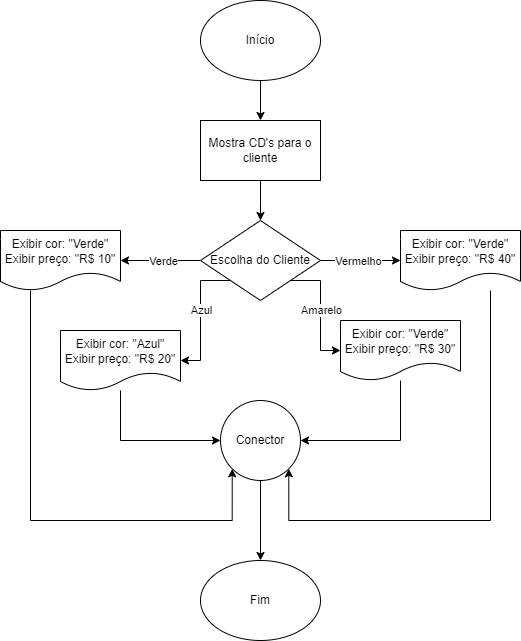
EduardoMatos08/L-gica---Senai---Aula-1 keeps this draw.io diagram as Exercícios de Lógica - 07-02-2024/Fluxograma - Loja de CD.png. Above is the earlier version. Source tidied: cells renumbered, new cells last; positions are measured from the earlier drawing's top-left corner, leaving out a move shared by most shapes. Its diagram source:
```xml
<mxGraphModel>
  <root>
    <mxCell id="0" />
    <mxCell id="1" parent="0" />
    <mxCell id="2" style="edgeStyle=orthogonalEdgeStyle;rounded=0;jettySize=auto;html=1;exitX=0.5;exitY=1;exitDx=0;exitDy=0;entryX=0.5;entryY=0;entryDx=0;entryDy=0;" parent="1" edge="1" source="3" target="5">
      <mxGeometry relative="1" as="geometry" />
    </mxCell>
    <mxCell id="3" value="Início" style="ellipse;whiteSpace=wrap;html=1;" parent="1" vertex="1">
      <mxGeometry x="200" width="120" height="80" as="geometry" />
    </mxCell>
    <mxCell id="4" style="edgeStyle=orthogonalEdgeStyle;rounded=0;jettySize=auto;html=1;exitX=0.5;exitY=1;exitDx=0;exitDy=0;entryX=0.5;entryY=0;entryDx=0;entryDy=0;" parent="1" edge="1" source="5">
      <mxGeometry relative="1" as="geometry">
        <mxPoint x="260" y="220" as="targetPoint" />
      </mxGeometry>
    </mxCell>
    <mxCell id="5" value="Mostra CD's para o cliente" style="rounded=0;whiteSpace=wrap;html=1;" parent="1" vertex="1">
      <mxGeometry x="200" y="120" width="120" height="60" as="geometry" />
    </mxCell>
    <mxCell id="6" style="edgeStyle=orthogonalEdgeStyle;rounded=0;jettySize=auto;html=1;exitX=0;exitY=0.5;exitDx=0;exitDy=0;entryX=1;entryY=0.5;entryDx=0;entryDy=0;" parent="1" edge="1" source="14" target="16">
      <mxGeometry relative="1" as="geometry" />
    </mxCell>
    <mxCell id="7" value="Verde" style="edgeLabel;html=1;align=center;verticalAlign=middle;" parent="6" vertex="1">
      <mxGeometry x="-0.06" relative="1" as="geometry" />
    </mxCell>
    <mxCell id="8" style="edgeStyle=orthogonalEdgeStyle;rounded=0;jettySize=auto;html=1;exitX=0;exitY=1;exitDx=0;exitDy=0;entryX=1;entryY=0.5;entryDx=0;entryDy=0;" parent="1" edge="1" source="14" target="18">
      <mxGeometry relative="1" as="geometry">
        <Array as="points">
          <mxPoint x="200" y="280" />
          <mxPoint x="200" y="360" />
        </Array>
      </mxGeometry>
    </mxCell>
    <mxCell id="9" value="Azul" style="edgeLabel;html=1;align=center;verticalAlign=middle;" parent="8" vertex="1">
      <mxGeometry x="-0.09" relative="1" as="geometry" />
    </mxCell>
    <mxCell id="10" style="edgeStyle=orthogonalEdgeStyle;rounded=0;jettySize=auto;html=1;exitX=1;exitY=1;exitDx=0;exitDy=0;entryX=0;entryY=0.5;entryDx=0;entryDy=0;" parent="1" edge="1" source="14" target="22">
      <mxGeometry relative="1" as="geometry">
        <Array as="points">
          <mxPoint x="320" y="280" />
          <mxPoint x="320" y="350" />
        </Array>
      </mxGeometry>
    </mxCell>
    <mxCell id="11" value="Amarelo" style="edgeLabel;html=1;align=center;verticalAlign=middle;" parent="10" vertex="1">
      <mxGeometry x="-0.02" y="-1" relative="1" as="geometry">
        <mxPoint x="1" as="offset" />
      </mxGeometry>
    </mxCell>
    <mxCell id="12" style="edgeStyle=orthogonalEdgeStyle;rounded=0;jettySize=auto;html=1;exitX=1;exitY=0.5;exitDx=0;exitDy=0;entryX=0;entryY=0.5;entryDx=0;entryDy=0;" parent="1" edge="1" source="14" target="20">
      <mxGeometry relative="1" as="geometry" />
    </mxCell>
    <mxCell id="13" value="Vermelho" style="edgeLabel;html=1;align=center;verticalAlign=middle;" parent="12" vertex="1">
      <mxGeometry x="-0.08" relative="1" as="geometry" />
    </mxCell>
    <mxCell id="14" value="Escolha do Cliente" style="rhombus;whiteSpace=wrap;html=1;" parent="1" vertex="1">
      <mxGeometry x="200" y="220" width="120" height="80" as="geometry" />
    </mxCell>
    <mxCell id="15" style="edgeStyle=orthogonalEdgeStyle;rounded=0;jettySize=auto;html=1;exitX=0.25;exitY=1;exitDx=0;exitDy=0;entryX=0;entryY=1;entryDx=0;entryDy=0;" parent="1" edge="1" source="16" target="24">
      <mxGeometry relative="1" as="geometry">
        <Array as="points">
          <mxPoint x="30" y="520" />
          <mxPoint x="232" y="520" />
        </Array>
      </mxGeometry>
    </mxCell>
    <mxCell id="16" value="Exibir cor: &quot;Verde&quot;&lt;br&gt;Exibir preço: &quot;R$ 10&quot;" style="shape=document;whiteSpace=wrap;html=1;boundedLbl=1;" parent="1" vertex="1">
      <mxGeometry y="230" width="120" height="60" as="geometry" />
    </mxCell>
    <mxCell id="17" style="edgeStyle=orthogonalEdgeStyle;rounded=0;jettySize=auto;html=1;exitX=0.5;exitY=1;exitDx=0;exitDy=0;entryX=0;entryY=0.5;entryDx=0;entryDy=0;" parent="1" edge="1" source="18" target="24">
      <mxGeometry relative="1" as="geometry" />
    </mxCell>
    <mxCell id="18" value="Exibir cor: &quot;Azul&quot;&lt;br style=&quot;border-color: var(--border-color);&quot;&gt;Exibir preço: &quot;R$ 20&quot;" style="shape=document;whiteSpace=wrap;html=1;boundedLbl=1;" parent="1" vertex="1">
      <mxGeometry x="60" y="330" width="120" height="60" as="geometry" />
    </mxCell>
    <mxCell id="19" style="edgeStyle=orthogonalEdgeStyle;rounded=0;jettySize=auto;html=1;exitX=0.75;exitY=1;exitDx=0;exitDy=0;entryX=1;entryY=1;entryDx=0;entryDy=0;" parent="1" edge="1" source="20" target="24">
      <mxGeometry relative="1" as="geometry">
        <Array as="points">
          <mxPoint x="490" y="520" />
          <mxPoint x="288" y="520" />
        </Array>
      </mxGeometry>
    </mxCell>
    <mxCell id="20" value="Exibir cor: &quot;Verde&quot;&lt;br style=&quot;border-color: var(--border-color);&quot;&gt;Exibir preço: &quot;R$ 40&quot;" style="shape=document;whiteSpace=wrap;html=1;boundedLbl=1;" parent="1" vertex="1">
      <mxGeometry x="400" y="230" width="120" height="60" as="geometry" />
    </mxCell>
    <mxCell id="21" style="edgeStyle=orthogonalEdgeStyle;rounded=0;jettySize=auto;html=1;exitX=0.5;exitY=1;exitDx=0;exitDy=0;entryX=1;entryY=0.5;entryDx=0;entryDy=0;" parent="1" edge="1" source="22" target="24">
      <mxGeometry relative="1" as="geometry" />
    </mxCell>
    <mxCell id="22" value="Exibir cor: &quot;Verde&quot;&lt;br style=&quot;border-color: var(--border-color);&quot;&gt;Exibir preço: &quot;R$ 30&quot;" style="shape=document;whiteSpace=wrap;html=1;boundedLbl=1;" parent="1" vertex="1">
      <mxGeometry x="340" y="320" width="120" height="60" as="geometry" />
    </mxCell>
    <mxCell id="23" style="edgeStyle=orthogonalEdgeStyle;rounded=0;jettySize=auto;html=1;exitX=0.5;exitY=1;exitDx=0;exitDy=0;entryX=0.5;entryY=0;entryDx=0;entryDy=0;" parent="1" edge="1" source="24" target="25">
      <mxGeometry relative="1" as="geometry" />
    </mxCell>
    <mxCell id="24" value="Conector" style="ellipse;whiteSpace=wrap;html=1;" parent="1" vertex="1">
      <mxGeometry x="220" y="400" width="80" height="80" as="geometry" />
    </mxCell>
    <mxCell id="25" value="Fim" style="ellipse;whiteSpace=wrap;html=1;" parent="1" vertex="1">
      <mxGeometry x="200" y="560" width="120" height="80" as="geometry" />
    </mxCell>
  </root>
</mxGraphModel>
```
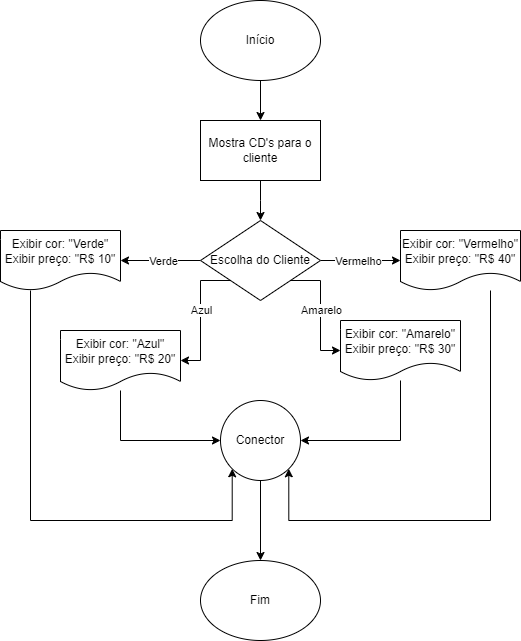
After the commit.

The edit, as a diff of the source:
```diff
@@ -80,13 +80,13 @@
         </Array>
       </mxGeometry>
     </mxCell>
-    <mxCell id="20" value="Exibir cor: &quot;Verde&quot;&lt;br style=&quot;border-color: var(--border-color);&quot;&gt;Exibir preço: &quot;R$ 40&quot;" style="shape=document;whiteSpace=wrap;html=1;boundedLbl=1;" parent="1" vertex="1">
+    <mxCell id="20" value="Exibir cor: &quot;Vermelho&quot;&lt;br style=&quot;border-color: var(--border-color);&quot;&gt;Exibir preço: &quot;R$ 40&quot;" style="shape=document;whiteSpace=wrap;html=1;boundedLbl=1;" parent="1" vertex="1">
       <mxGeometry x="400" y="230" width="120" height="60" as="geometry" />
     </mxCell>
     <mxCell id="21" style="edgeStyle=orthogonalEdgeStyle;rounded=0;jettySize=auto;html=1;exitX=0.5;exitY=1;exitDx=0;exitDy=0;entryX=1;entryY=0.5;entryDx=0;entryDy=0;" parent="1" edge="1" source="22" target="24">
       <mxGeometry relative="1" as="geometry" />
     </mxCell>
-    <mxCell id="22" value="Exibir cor: &quot;Verde&quot;&lt;br style=&quot;border-color: var(--border-color);&quot;&gt;Exibir preço: &quot;R$ 30&quot;" style="shape=document;whiteSpace=wrap;html=1;boundedLbl=1;" parent="1" vertex="1">
+    <mxCell id="22" value="Exibir cor: &quot;Amarelo&quot;&lt;br style=&quot;border-color: var(--border-color);&quot;&gt;Exibir preço: &quot;R$ 30&quot;" style="shape=document;whiteSpace=wrap;html=1;boundedLbl=1;" parent="1" vertex="1">
       <mxGeometry x="340" y="320" width="120" height="60" as="geometry" />
     </mxCell>
     <mxCell id="23" style="edgeStyle=orthogonalEdgeStyle;rounded=0;jettySize=auto;html=1;exitX=0.5;exitY=1;exitDx=0;exitDy=0;entryX=0.5;entryY=0;entryDx=0;entryDy=0;" parent="1" edge="1" source="24" target="25">
```
